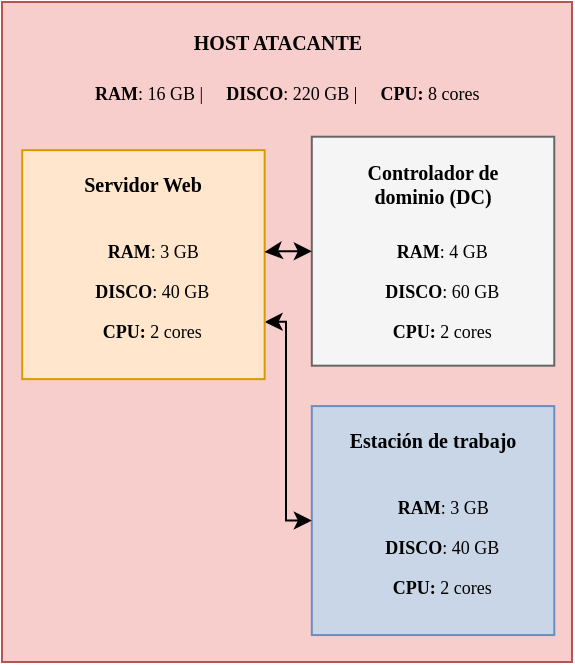
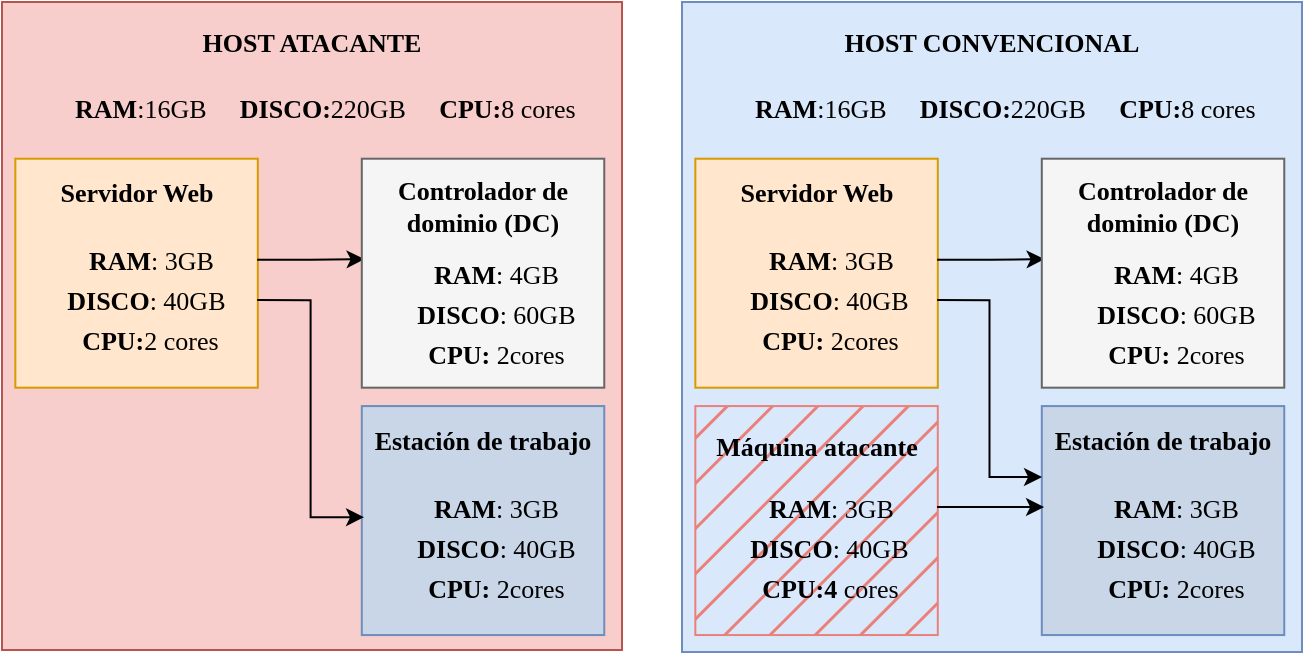
<mxfile host="Electron" agent="Mozilla/5.0 (Windows NT 10.0; Win64; x64) AppleWebKit/537.36 (KHTML, like Gecko) draw.io/29.3.0 Chrome/140.0.7339.249 Electron/38.7.2 Safari/537.36" version="29.3.0">
  <diagram name="Página-1" id="HltEjZsqsQtdWDRedgj1">
-     <mxGraphModel dx="601" dy="640" grid="1" gridSize="10" guides="1" tooltips="1" connect="1" arrows="1" fold="1" page="1" pageScale="1" pageWidth="827" pageHeight="1169" math="0" shadow="0">
+     <mxGraphModel dx="831" dy="868" grid="1" gridSize="10" guides="1" tooltips="1" connect="1" arrows="1" fold="1" page="1" pageScale="1" pageWidth="827" pageHeight="1169" math="0" shadow="0">
      <root>
        <mxCell id="0" />
        <mxCell id="1" parent="0" />
-         <mxCell id="4BY2cvLneUNH0_UlRHt3-1" parent="1" style="rounded=0;whiteSpace=wrap;html=1;fillColor=#f8cecc;strokeColor=#b85450;fontFamily=Hack Nerd Font;fontSize=10;" value="" vertex="1">
-           <mxGeometry height="330" width="285" x="45" y="20" as="geometry" />
+         <mxCell id="4BY2cvLneUNH0_UlRHt3-1" parent="1" style="rounded=0;whiteSpace=wrap;html=1;fillColor=#f8cecc;strokeColor=#b85450;fontFamily=Hack Nerd Font;fontSize=13;" value="" vertex="1">
+           <mxGeometry height="324" width="310" x="20" y="20" as="geometry" />
        </mxCell>
-         <mxCell id="4BY2cvLneUNH0_UlRHt3-2" parent="1" style="text;html=1;whiteSpace=wrap;strokeColor=none;fillColor=none;align=center;verticalAlign=middle;rounded=0;fontFamily=Hack Nerd Font;fontSize=10;" value="&lt;b&gt;&lt;font&gt;HOST ATACANTE&lt;/font&gt;&lt;/b&gt;" vertex="1">
-           <mxGeometry height="33.6734693877551" width="276.13" x="45" y="22.693877551020407" as="geometry" />
+         <mxCell id="4BY2cvLneUNH0_UlRHt3-2" parent="1" style="text;html=1;whiteSpace=wrap;strokeColor=none;fillColor=none;align=center;verticalAlign=middle;rounded=0;fontFamily=Hack Nerd Font;fontSize=13;" value="&lt;b&gt;&lt;font&gt;HOST ATACANTE&lt;/font&gt;&lt;/b&gt;" vertex="1">
+           <mxGeometry height="33.67" width="310" x="20" y="22.69" as="geometry" />
        </mxCell>
-         <mxCell id="4BY2cvLneUNH0_UlRHt3-6" parent="1" style="rounded=0;whiteSpace=wrap;html=1;fillColor=#C8D6E7;strokeColor=#6c8ebf;fontFamily=Hack Nerd Font;fontSize=10;" value="" vertex="1">
+         <mxCell id="4BY2cvLneUNH0_UlRHt3-6" parent="1" style="rounded=0;whiteSpace=wrap;html=1;fillColor=#C8D6E7;strokeColor=#6c8ebf;fontFamily=Hack Nerd Font;fontSize=13;" value="" vertex="1">
          <mxGeometry height="114.48979591836734" width="121.22780487804877" x="199.89987804878044" y="222.0408163265306" as="geometry" />
        </mxCell>
-         <mxCell id="4BY2cvLneUNH0_UlRHt3-31" edge="1" parent="1" source="4BY2cvLneUNH0_UlRHt3-8" style="edgeStyle=orthogonalEdgeStyle;rounded=0;orthogonalLoop=1;jettySize=auto;html=1;exitX=1;exitY=0.75;exitDx=0;exitDy=0;entryX=0;entryY=0.5;entryDx=0;entryDy=0;startArrow=classic;startFill=1;fontFamily=Hack Nerd Font;fontSize=10;" target="4BY2cvLneUNH0_UlRHt3-6">
+         <mxCell id="4BY2cvLneUNH0_UlRHt3-17" parent="1" style="text;html=1;whiteSpace=wrap;strokeColor=none;fillColor=none;align=center;verticalAlign=middle;rounded=0;fontSize=13;fontFamily=Hack Nerd Font;" value="&lt;b&gt;&amp;nbsp;&lt;/b&gt;&lt;b&gt;RAM&lt;/b&gt;: 3GB" vertex="1">
+           <mxGeometry height="20.2" width="118.97" x="201.03" y="262.45" as="geometry" />
+         </mxCell>
+         <mxCell id="4BY2cvLneUNH0_UlRHt3-18" parent="1" style="text;html=1;whiteSpace=wrap;strokeColor=none;fillColor=none;align=center;verticalAlign=middle;rounded=0;fontSize=13;fontFamily=Hack Nerd Font;" value="&lt;b&gt;&amp;nbsp;&lt;/b&gt;&lt;b&gt;DISCO&lt;/b&gt;: 40GB" vertex="1">
+           <mxGeometry height="20.2" width="121.03" x="200" y="282.65" as="geometry" />
+         </mxCell>
+         <mxCell id="4BY2cvLneUNH0_UlRHt3-19" parent="1" style="text;html=1;whiteSpace=wrap;strokeColor=none;fillColor=none;align=center;verticalAlign=middle;rounded=0;fontSize=13;fontFamily=Hack Nerd Font;" value="&lt;b&gt;&lt;font&gt;󰍛&amp;nbsp;&lt;/font&gt;&lt;/b&gt;&lt;b&gt;CPU:&lt;/b&gt;&amp;nbsp;2cores" vertex="1">
+           <mxGeometry height="20.2" width="118.97" x="201.03" y="302.86" as="geometry" />
+         </mxCell>
+         <mxCell id="4BY2cvLneUNH0_UlRHt3-26" parent="1" style="text;html=1;whiteSpace=wrap;strokeColor=none;fillColor=none;align=center;verticalAlign=middle;rounded=0;fontFamily=Hack Nerd Font;fontSize=13;" value="&lt;font&gt;&lt;b&gt;Estación de trabajo&lt;/b&gt;&lt;/font&gt;" vertex="1">
+           <mxGeometry height="33.6734693877551" width="121.22780487804877" x="199.89987804878044" y="222.0408163265306" as="geometry" />
+         </mxCell>
+         <mxCell id="4BY2cvLneUNH0_UlRHt3-33" parent="1" style="text;whiteSpace=wrap;html=1;align=center;fontSize=13;" value="&lt;b style=&quot;font-family: &amp;quot;Hack Nerd Font&amp;quot;;&quot;&gt; RAM&lt;/b&gt;&lt;span style=&quot;font-family: &amp;quot;Hack Nerd Font&amp;quot;;&quot;&gt;:16GB&lt;/span&gt;&lt;span&gt;&lt;span style=&quot;color: rgb(0, 0, 0); font-family: &amp;quot;Hack Nerd Font&amp;quot;; font-style: normal; font-variant-ligatures: normal; font-variant-caps: normal; font-weight: 400; letter-spacing: normal; orphans: 2; text-indent: 0px; text-transform: none; widows: 2; word-spacing: 0px; -webkit-text-stroke-width: 0px; white-space: normal; text-decoration-thickness: initial; text-decoration-style: initial; text-decoration-color: initial; float: none; display: inline !important;&quot;&gt;&amp;nbsp;&lt;/span&gt;&lt;b style=&quot;font-family: &amp;quot;Hack Nerd Font&amp;quot;;&quot;&gt;&amp;nbsp;&lt;/b&gt;&lt;b style=&quot;font-family: &amp;quot;Hack Nerd Font&amp;quot;;&quot;&gt;DISCO:&lt;/b&gt;&lt;span style=&quot;font-family: &amp;quot;Hack Nerd Font&amp;quot;;&quot;&gt;220GB&amp;nbsp;&lt;/span&gt;&lt;b style=&quot;font-family: &amp;quot;Hack Nerd Font&amp;quot;;&quot;&gt;&lt;font&gt;󰍛&amp;nbsp;&lt;/font&gt;&lt;/b&gt;&lt;b style=&quot;font-family: &amp;quot;Hack Nerd Font&amp;quot;;&quot;&gt;CPU:&lt;/b&gt;&lt;span style=&quot;font-family: &amp;quot;Hack Nerd Font&amp;quot;;&quot;&gt;8 cores&lt;/span&gt;&lt;/span&gt;" vertex="1">
+           <mxGeometry height="26.94" width="310" x="20" y="58.67" as="geometry" />
+         </mxCell>
+         <mxCell id="DncXDaYH-NHJZItt79l5-1" connectable="0" parent="1" style="group" value="" vertex="1">
+           <mxGeometry height="114.48979591836732" width="124.90012195121949" x="23" y="98.3516326530612" as="geometry" />
+         </mxCell>
+         <mxCell id="4BY2cvLneUNH0_UlRHt3-8" parent="DncXDaYH-NHJZItt79l5-1" style="rounded=0;whiteSpace=wrap;html=1;fillColor=#ffe6cc;strokeColor=#d79b00;fontFamily=Hack Nerd Font;fontSize=13;" value="" vertex="1">
+           <mxGeometry height="114.48979591836734" width="121.22780487804877" x="3.6723170731707313" as="geometry" />
+         </mxCell>
+         <mxCell id="DncXDaYH-NHJZItt79l5-3" edge="1" parent="DncXDaYH-NHJZItt79l5-1" source="4BY2cvLneUNH0_UlRHt3-11" style="edgeStyle=orthogonalEdgeStyle;rounded=0;orthogonalLoop=1;jettySize=auto;html=1;">
          <mxGeometry relative="1" as="geometry">
-             <Array as="points">
-               <mxPoint x="187" y="180" />
-               <mxPoint x="187" y="279" />
-             </Array>
+             <mxPoint x="178.31578947368428" y="50.22731471535984" as="targetPoint" />
          </mxGeometry>
        </mxCell>
-         <mxCell id="4BY2cvLneUNH0_UlRHt3-8" parent="1" style="rounded=0;whiteSpace=wrap;html=1;fillColor=#ffe6cc;strokeColor=#d79b00;fontFamily=Hack Nerd Font;fontSize=10;" value="" vertex="1">
-           <mxGeometry height="114.48979591836734" width="121.22780487804877" x="55.10231707317073" y="94.08163265306122" as="geometry" />
+         <mxCell id="4BY2cvLneUNH0_UlRHt3-11" parent="DncXDaYH-NHJZItt79l5-1" style="text;html=1;whiteSpace=wrap;strokeColor=none;fillColor=none;align=center;verticalAlign=middle;rounded=0;fontSize=13;fontFamily=Hack Nerd Font;" value="&lt;b&gt; RAM&lt;/b&gt;: 3GB" vertex="1">
+           <mxGeometry height="20.2" width="120" x="4.57" y="40.40836734693879" as="geometry" />
        </mxCell>
-         <mxCell id="4BY2cvLneUNH0_UlRHt3-9" parent="1" style="rounded=0;whiteSpace=wrap;html=1;fillColor=#f5f5f5;fontColor=#333333;strokeColor=#666666;fontFamily=Hack Nerd Font;fontSize=10;" value="" vertex="1">
-           <mxGeometry height="114.48979591836734" width="121.22780487804877" x="199.89987804878044" y="87.35163265306122" as="geometry" />
+         <mxCell id="4BY2cvLneUNH0_UlRHt3-12" parent="DncXDaYH-NHJZItt79l5-1" style="text;html=1;whiteSpace=wrap;strokeColor=none;fillColor=none;align=center;verticalAlign=middle;rounded=0;fontSize=13;fontFamily=Hack Nerd Font;" value="&lt;b&gt; DISCO&lt;/b&gt;: 40GB" vertex="1">
+           <mxGeometry height="20.2" width="124.57" y="60.60836734693879" as="geometry" />
        </mxCell>
-         <mxCell id="4BY2cvLneUNH0_UlRHt3-11" parent="1" style="text;html=1;whiteSpace=wrap;strokeColor=none;fillColor=none;align=center;verticalAlign=middle;rounded=0;fontSize=9;fontFamily=Hack Nerd Font;" value="&lt;b&gt; RAM&lt;/b&gt;: 3 GB" vertex="1">
-           <mxGeometry height="20.20408163265306" width="74.08365853658535" x="78.67439024390244" y="134.48979591836735" as="geometry" />
+         <mxCell id="4BY2cvLneUNH0_UlRHt3-13" parent="DncXDaYH-NHJZItt79l5-1" style="text;html=1;whiteSpace=wrap;strokeColor=none;fillColor=none;align=center;verticalAlign=middle;rounded=0;fontSize=13;fontFamily=Hack Nerd Font;" value="&lt;b&gt;&lt;font&gt;󰍛&amp;nbsp;&lt;/font&gt;CPU:&lt;/b&gt;2 cores" vertex="1">
+           <mxGeometry height="20.2" width="121" x="3.5700000000000003" y="80.8183673469388" as="geometry" />
        </mxCell>
-         <mxCell id="4BY2cvLneUNH0_UlRHt3-12" parent="1" style="text;html=1;whiteSpace=wrap;strokeColor=none;fillColor=none;align=center;verticalAlign=middle;rounded=0;fontSize=9;fontFamily=Hack Nerd Font;" value="&lt;b&gt; DISCO&lt;/b&gt;: 40 GB" vertex="1">
-           <mxGeometry height="20.2" width="88.57" x="71.43" y="154.69" as="geometry" />
+         <mxCell id="4BY2cvLneUNH0_UlRHt3-23" parent="DncXDaYH-NHJZItt79l5-1" style="text;html=1;whiteSpace=wrap;strokeColor=none;fillColor=none;align=center;verticalAlign=middle;rounded=0;fontFamily=Hack Nerd Font;fontSize=13;" value="&lt;font&gt;&lt;b&gt;Servidor Web&lt;/b&gt;&lt;/font&gt;" vertex="1">
+           <mxGeometry height="33.6734693877551" width="121.22780487804877" x="3.6723170731707313" as="geometry" />
        </mxCell>
-         <mxCell id="4BY2cvLneUNH0_UlRHt3-13" parent="1" style="text;html=1;whiteSpace=wrap;strokeColor=none;fillColor=none;align=center;verticalAlign=middle;rounded=0;fontSize=9;fontFamily=Hack Nerd Font;" value="&lt;b&gt;&lt;font&gt;󰍛&amp;nbsp;&lt;/font&gt;CPU:&lt;/b&gt;&amp;nbsp;2 cores" vertex="1">
-           <mxGeometry height="20.20408163265306" width="80.81853658536583" x="75.3069512195122" y="174.8979591836735" as="geometry" />
+         <mxCell id="DncXDaYH-NHJZItt79l5-2" connectable="0" parent="1" style="group" value="" vertex="1">
+           <mxGeometry height="114.48979591836732" width="121.22780487804877" x="199.89987804878044" y="98.3516326530612" as="geometry" />
        </mxCell>
-         <mxCell id="4BY2cvLneUNH0_UlRHt3-14" parent="1" style="text;html=1;whiteSpace=wrap;strokeColor=none;fillColor=none;align=center;verticalAlign=middle;rounded=0;fontSize=9;fontFamily=Hack Nerd Font;" value="&lt;b&gt;&amp;nbsp;&lt;/b&gt;&lt;b&gt;RAM&lt;/b&gt;: 4 GB" vertex="1">
-           <mxGeometry height="20.20408163265306" width="67.34878048780487" x="226.83939024390241" y="134.48979591836735" as="geometry" />
+         <mxCell id="4BY2cvLneUNH0_UlRHt3-9" parent="DncXDaYH-NHJZItt79l5-2" style="rounded=0;whiteSpace=wrap;html=1;fillColor=#f5f5f5;fontColor=#333333;strokeColor=#666666;fontFamily=Hack Nerd Font;fontSize=13;" value="" vertex="1">
+           <mxGeometry height="114.48979591836734" width="121.22780487804877" as="geometry" />
        </mxCell>
-         <mxCell id="4BY2cvLneUNH0_UlRHt3-15" parent="1" style="text;html=1;whiteSpace=wrap;strokeColor=none;fillColor=none;align=center;verticalAlign=middle;rounded=0;fontSize=9;fontFamily=Hack Nerd Font;" value="&lt;b&gt;&amp;nbsp;&lt;/b&gt;&lt;b&gt;DISCO&lt;/b&gt;: 60 GB" vertex="1">
-           <mxGeometry height="20.2" width="79.17" x="220.93" y="154.69" as="geometry" />
+         <mxCell id="4BY2cvLneUNH0_UlRHt3-14" parent="DncXDaYH-NHJZItt79l5-2" style="text;html=1;whiteSpace=wrap;strokeColor=none;fillColor=none;align=center;verticalAlign=middle;rounded=0;fontSize=13;fontFamily=Hack Nerd Font;" value="&lt;b&gt;&amp;nbsp;&lt;/b&gt;&lt;b&gt;RAM&lt;/b&gt;: 4GB" vertex="1">
+           <mxGeometry height="20.2" width="118.97" x="1.1301219512195644" y="47.13836734693879" as="geometry" />
        </mxCell>
-         <mxCell id="4BY2cvLneUNH0_UlRHt3-16" parent="1" style="text;html=1;whiteSpace=wrap;strokeColor=none;fillColor=none;align=center;verticalAlign=middle;rounded=0;fontSize=9;fontFamily=Hack Nerd Font;" value="&lt;b&gt;&lt;font&gt;󰍛&amp;nbsp;&lt;/font&gt;&lt;/b&gt;&lt;b&gt;CPU:&lt;/b&gt;&amp;nbsp;2 cores" vertex="1">
-           <mxGeometry height="20.2" width="79.17" x="220.93" y="174.9" as="geometry" />
+         <mxCell id="4BY2cvLneUNH0_UlRHt3-15" parent="DncXDaYH-NHJZItt79l5-2" style="text;html=1;whiteSpace=wrap;strokeColor=none;fillColor=none;align=center;verticalAlign=middle;rounded=0;fontSize=13;fontFamily=Hack Nerd Font;" value="&lt;b&gt;&amp;nbsp;&lt;/b&gt;&lt;b&gt;DISCO&lt;/b&gt;: 60GB" vertex="1">
+           <mxGeometry height="20.2" width="121.03" x="0.10012195121956324" y="67.33836734693878" as="geometry" />
        </mxCell>
-         <mxCell id="4BY2cvLneUNH0_UlRHt3-17" parent="1" style="text;html=1;whiteSpace=wrap;strokeColor=none;fillColor=none;align=center;verticalAlign=middle;rounded=0;fontSize=9;fontFamily=Hack Nerd Font;" value="&lt;b&gt;&amp;nbsp;&lt;/b&gt;&lt;b&gt;RAM&lt;/b&gt;: 3 GB" vertex="1">
-           <mxGeometry height="20.20408163265306" width="63.981341463414616" x="228.52310975609754" y="262.44897959183675" as="geometry" />
+         <mxCell id="4BY2cvLneUNH0_UlRHt3-16" parent="DncXDaYH-NHJZItt79l5-2" style="text;html=1;whiteSpace=wrap;strokeColor=none;fillColor=none;align=center;verticalAlign=middle;rounded=0;fontSize=13;fontFamily=Hack Nerd Font;" value="&lt;b&gt;&lt;font&gt;󰍛&amp;nbsp;&lt;/font&gt;&lt;/b&gt;&lt;b&gt;CPU:&lt;/b&gt;&amp;nbsp;2cores" vertex="1">
+           <mxGeometry height="20.2" width="118.97" x="1.1301219512195644" y="87.54836734693879" as="geometry" />
        </mxCell>
-         <mxCell id="4BY2cvLneUNH0_UlRHt3-18" parent="1" style="text;html=1;whiteSpace=wrap;strokeColor=none;fillColor=none;align=center;verticalAlign=middle;rounded=0;fontSize=9;fontFamily=Hack Nerd Font;" value="&lt;b&gt;&amp;nbsp;&lt;/b&gt;&lt;b&gt;DISCO&lt;/b&gt;: 40 GB" vertex="1">
-           <mxGeometry height="20.2" width="79.17" x="220.93" y="282.65" as="geometry" />
+         <mxCell id="4BY2cvLneUNH0_UlRHt3-24" parent="DncXDaYH-NHJZItt79l5-2" style="text;html=1;whiteSpace=wrap;strokeColor=none;fillColor=none;align=center;verticalAlign=middle;rounded=0;fontFamily=Hack Nerd Font;fontSize=13;" value="&lt;font&gt;&lt;b&gt;Controlador de dominio&amp;nbsp;&lt;/b&gt;&lt;/font&gt;&lt;b style=&quot;background-color: transparent; color: light-dark(rgb(0, 0, 0), rgb(255, 255, 255));&quot;&gt;(DC)&lt;/b&gt;" vertex="1">
+           <mxGeometry height="33.6734693877551" width="121.22780487804877" y="6.730000000000004" as="geometry" />
        </mxCell>
-         <mxCell id="4BY2cvLneUNH0_UlRHt3-19" parent="1" style="text;html=1;whiteSpace=wrap;strokeColor=none;fillColor=none;align=center;verticalAlign=middle;rounded=0;fontSize=9;fontFamily=Hack Nerd Font;" value="&lt;b&gt;&lt;font&gt;󰍛&amp;nbsp;&lt;/font&gt;&lt;/b&gt;&lt;b&gt;CPU:&lt;/b&gt;&amp;nbsp;2 cores" vertex="1">
-           <mxGeometry height="20.2" width="79.17" x="220.93" y="302.86" as="geometry" />
+         <mxCell id="DncXDaYH-NHJZItt79l5-4" edge="1" parent="1" source="4BY2cvLneUNH0_UlRHt3-12" style="edgeStyle=orthogonalEdgeStyle;rounded=0;orthogonalLoop=1;jettySize=auto;html=1;exitX=1;exitY=0.5;exitDx=0;exitDy=0;entryX=0;entryY=0.75;entryDx=0;entryDy=0;" target="4BY2cvLneUNH0_UlRHt3-17">
+           <mxGeometry relative="1" as="geometry" />
        </mxCell>
-         <mxCell id="4BY2cvLneUNH0_UlRHt3-23" parent="1" style="text;html=1;whiteSpace=wrap;strokeColor=none;fillColor=none;align=center;verticalAlign=middle;rounded=0;fontFamily=Hack Nerd Font;fontSize=10;" value="&lt;font&gt;&lt;b&gt;Servidor Web&lt;/b&gt;&lt;/font&gt;" vertex="1">
-           <mxGeometry height="33.6734693877551" width="121.22780487804877" x="55.10231707317073" y="94.08163265306122" as="geometry" />
+         <mxCell id="DncXDaYH-NHJZItt79l5-12" parent="1" style="rounded=0;whiteSpace=wrap;html=1;fillColor=#dae8fc;strokeColor=#6c8ebf;fontFamily=Hack Nerd Font;fontSize=13;" value="" vertex="1">
+           <mxGeometry height="325" width="310" x="360" y="20" as="geometry" />
        </mxCell>
-         <mxCell id="4BY2cvLneUNH0_UlRHt3-24" parent="1" style="text;html=1;whiteSpace=wrap;strokeColor=none;fillColor=none;align=center;verticalAlign=middle;rounded=0;fontFamily=Hack Nerd Font;fontSize=10;" value="&lt;font&gt;&lt;b&gt;Controlador de dominio&amp;nbsp;&lt;/b&gt;&lt;/font&gt;&lt;b style=&quot;background-color: transparent; color: light-dark(rgb(0, 0, 0), rgb(255, 255, 255));&quot;&gt;(DC)&lt;/b&gt;" vertex="1">
-           <mxGeometry height="33.6734693877551" width="121.22780487804877" x="199.89987804878044" y="94.08163265306122" as="geometry" />
+         <mxCell id="DncXDaYH-NHJZItt79l5-13" parent="1" style="text;html=1;whiteSpace=wrap;strokeColor=none;fillColor=none;align=center;verticalAlign=middle;rounded=0;fontFamily=Hack Nerd Font;fontSize=13;" value="&lt;b&gt;&lt;font&gt;HOST CONVENCIONAL&lt;/font&gt;&lt;/b&gt;" vertex="1">
+           <mxGeometry height="33.67" width="310" x="360" y="22.69" as="geometry" />
        </mxCell>
-         <mxCell id="4BY2cvLneUNH0_UlRHt3-26" parent="1" style="text;html=1;whiteSpace=wrap;strokeColor=none;fillColor=none;align=center;verticalAlign=middle;rounded=0;fontFamily=Hack Nerd Font;fontSize=10;" value="&lt;font&gt;&lt;b&gt;Estación de trabajo&lt;/b&gt;&lt;/font&gt;" vertex="1">
-           <mxGeometry height="33.6734693877551" width="121.22780487804877" x="199.89987804878044" y="222.0408163265306" as="geometry" />
+         <mxCell id="DncXDaYH-NHJZItt79l5-14" parent="1" style="rounded=0;whiteSpace=wrap;html=1;fillColor=#C8D6E7;strokeColor=#6c8ebf;fontFamily=Hack Nerd Font;fontSize=13;" value="" vertex="1">
+           <mxGeometry height="114.48979591836734" width="121.22780487804877" x="539.8998780487805" y="222.0408163265306" as="geometry" />
        </mxCell>
-         <mxCell id="4BY2cvLneUNH0_UlRHt3-33" parent="1" style="text;whiteSpace=wrap;html=1;align=center;fontSize=9;" value="&lt;b style=&quot;font-family: &amp;quot;Hack Nerd Font&amp;quot;;&quot;&gt; RAM&lt;/b&gt;&lt;span style=&quot;font-family: &amp;quot;Hack Nerd Font&amp;quot;;&quot;&gt;: 16 GB&lt;/span&gt;&lt;span&gt;&lt;span style=&quot;color: rgb(0, 0, 0); font-family: &amp;quot;Hack Nerd Font&amp;quot;; font-style: normal; font-variant-ligatures: normal; font-variant-caps: normal; font-weight: 400; letter-spacing: normal; orphans: 2; text-indent: 0px; text-transform: none; widows: 2; word-spacing: 0px; -webkit-text-stroke-width: 0px; white-space: normal; text-decoration-thickness: initial; text-decoration-style: initial; text-decoration-color: initial; float: none; display: inline !important;&quot;&gt;&amp;nbsp;|&amp;nbsp;&lt;/span&gt;&lt;b style=&quot;font-family: &amp;quot;Hack Nerd Font&amp;quot;;&quot;&gt;&amp;nbsp;&lt;/b&gt;&lt;b style=&quot;font-family: &amp;quot;Hack Nerd Font&amp;quot;;&quot;&gt;DISCO&lt;/b&gt;&lt;span style=&quot;font-family: &amp;quot;Hack Nerd Font&amp;quot;;&quot;&gt;: 220 GB |&amp;nbsp;&lt;/span&gt;&lt;b style=&quot;font-family: &amp;quot;Hack Nerd Font&amp;quot;;&quot;&gt;&lt;font&gt;󰍛&amp;nbsp;&lt;/font&gt;&lt;/b&gt;&lt;b style=&quot;font-family: &amp;quot;Hack Nerd Font&amp;quot;;&quot;&gt;CPU:&lt;/b&gt;&lt;span style=&quot;font-family: &amp;quot;Hack Nerd Font&amp;quot;;&quot;&gt;&amp;nbsp;8 cores&lt;/span&gt;&lt;/span&gt;" vertex="1">
-           <mxGeometry height="26.94" width="276.13" x="45" y="53.67" as="geometry" />
+         <mxCell id="DncXDaYH-NHJZItt79l5-15" parent="1" style="text;html=1;whiteSpace=wrap;strokeColor=none;fillColor=none;align=center;verticalAlign=middle;rounded=0;fontSize=13;fontFamily=Hack Nerd Font;" value="&lt;b&gt;&amp;nbsp;&lt;/b&gt;&lt;b&gt;RAM&lt;/b&gt;: 3GB" vertex="1">
+           <mxGeometry height="20.2" width="118.97" x="541.03" y="262.45000000000005" as="geometry" />
        </mxCell>
-         <mxCell id="4BY2cvLneUNH0_UlRHt3-35" edge="1" parent="1" source="4BY2cvLneUNH0_UlRHt3-9" style="edgeStyle=orthogonalEdgeStyle;rounded=0;orthogonalLoop=1;jettySize=auto;html=1;entryX=0.999;entryY=0.445;entryDx=0;entryDy=0;entryPerimeter=0;startArrow=classic;startFill=1;" target="4BY2cvLneUNH0_UlRHt3-8">
+         <mxCell id="DncXDaYH-NHJZItt79l5-16" parent="1" style="text;html=1;whiteSpace=wrap;strokeColor=none;fillColor=none;align=center;verticalAlign=middle;rounded=0;fontSize=13;fontFamily=Hack Nerd Font;" value="&lt;b&gt;&amp;nbsp;&lt;/b&gt;&lt;b&gt;DISCO&lt;/b&gt;: 40GB" vertex="1">
+           <mxGeometry height="20.2" width="121.03" x="540" y="282.65" as="geometry" />
+         </mxCell>
+         <mxCell id="DncXDaYH-NHJZItt79l5-17" parent="1" style="text;html=1;whiteSpace=wrap;strokeColor=none;fillColor=none;align=center;verticalAlign=middle;rounded=0;fontSize=13;fontFamily=Hack Nerd Font;" value="&lt;b&gt;&lt;font&gt;󰍛&amp;nbsp;&lt;/font&gt;&lt;/b&gt;&lt;b&gt;CPU:&lt;/b&gt;&amp;nbsp;2cores" vertex="1">
+           <mxGeometry height="20.2" width="118.97" x="541.03" y="302.86" as="geometry" />
+         </mxCell>
+         <mxCell id="DncXDaYH-NHJZItt79l5-18" parent="1" style="text;html=1;whiteSpace=wrap;strokeColor=none;fillColor=none;align=center;verticalAlign=middle;rounded=0;fontFamily=Hack Nerd Font;fontSize=13;" value="&lt;font&gt;&lt;b&gt;Estación de trabajo&lt;/b&gt;&lt;/font&gt;" vertex="1">
+           <mxGeometry height="33.6734693877551" width="121.22780487804877" x="539.8998780487805" y="222.0408163265306" as="geometry" />
+         </mxCell>
+         <mxCell id="DncXDaYH-NHJZItt79l5-19" parent="1" style="text;whiteSpace=wrap;html=1;align=center;fontSize=13;" value="&lt;b style=&quot;font-family: &amp;quot;Hack Nerd Font&amp;quot;;&quot;&gt; RAM&lt;/b&gt;&lt;span style=&quot;font-family: &amp;quot;Hack Nerd Font&amp;quot;;&quot;&gt;:16GB&lt;/span&gt;&lt;span&gt;&lt;span style=&quot;color: rgb(0, 0, 0); font-family: &amp;quot;Hack Nerd Font&amp;quot;; font-style: normal; font-variant-ligatures: normal; font-variant-caps: normal; font-weight: 400; letter-spacing: normal; orphans: 2; text-indent: 0px; text-transform: none; widows: 2; word-spacing: 0px; -webkit-text-stroke-width: 0px; white-space: normal; text-decoration-thickness: initial; text-decoration-style: initial; text-decoration-color: initial; float: none; display: inline !important;&quot;&gt;&amp;nbsp;&lt;/span&gt;&lt;b style=&quot;font-family: &amp;quot;Hack Nerd Font&amp;quot;;&quot;&gt;&amp;nbsp;&lt;/b&gt;&lt;b style=&quot;font-family: &amp;quot;Hack Nerd Font&amp;quot;;&quot;&gt;DISCO:&lt;/b&gt;&lt;span style=&quot;font-family: &amp;quot;Hack Nerd Font&amp;quot;;&quot;&gt;220GB&amp;nbsp;&lt;/span&gt;&lt;b style=&quot;font-family: &amp;quot;Hack Nerd Font&amp;quot;;&quot;&gt;&lt;font&gt;󰍛&amp;nbsp;&lt;/font&gt;&lt;/b&gt;&lt;b style=&quot;font-family: &amp;quot;Hack Nerd Font&amp;quot;;&quot;&gt;CPU:&lt;/b&gt;&lt;span style=&quot;font-family: &amp;quot;Hack Nerd Font&amp;quot;;&quot;&gt;8 cores&lt;/span&gt;&lt;/span&gt;" vertex="1">
+           <mxGeometry height="26.94" width="310" x="360" y="58.670000000000016" as="geometry" />
+         </mxCell>
+         <mxCell id="DncXDaYH-NHJZItt79l5-20" connectable="0" parent="1" style="group" value="" vertex="1">
+           <mxGeometry height="114.48979591836732" width="124.90012195121949" x="363" y="98.35163265306119" as="geometry" />
+         </mxCell>
+         <mxCell id="DncXDaYH-NHJZItt79l5-21" parent="DncXDaYH-NHJZItt79l5-20" style="rounded=0;whiteSpace=wrap;html=1;fillColor=#ffe6cc;strokeColor=#d79b00;fontFamily=Hack Nerd Font;fontSize=13;" value="" vertex="1">
+           <mxGeometry height="114.48979591836734" width="121.22780487804877" x="3.6723170731707313" as="geometry" />
+         </mxCell>
+         <mxCell id="DncXDaYH-NHJZItt79l5-22" edge="1" parent="DncXDaYH-NHJZItt79l5-20" source="DncXDaYH-NHJZItt79l5-23" style="edgeStyle=orthogonalEdgeStyle;rounded=0;orthogonalLoop=1;jettySize=auto;html=1;">
+           <mxGeometry relative="1" as="geometry">
+             <mxPoint x="178.31578947368428" y="50.22731471535984" as="targetPoint" />
+           </mxGeometry>
+         </mxCell>
+         <mxCell id="DncXDaYH-NHJZItt79l5-23" parent="DncXDaYH-NHJZItt79l5-20" style="text;html=1;whiteSpace=wrap;strokeColor=none;fillColor=none;align=center;verticalAlign=middle;rounded=0;fontSize=13;fontFamily=Hack Nerd Font;" value="&lt;b&gt; RAM&lt;/b&gt;: 3GB" vertex="1">
+           <mxGeometry height="20.2" width="120" x="4.57" y="40.40836734693879" as="geometry" />
+         </mxCell>
+         <mxCell id="DncXDaYH-NHJZItt79l5-24" parent="DncXDaYH-NHJZItt79l5-20" style="text;html=1;whiteSpace=wrap;strokeColor=none;fillColor=none;align=center;verticalAlign=middle;rounded=0;fontSize=13;fontFamily=Hack Nerd Font;" value="&lt;b&gt; DISCO&lt;/b&gt;: 40GB" vertex="1">
+           <mxGeometry height="20.2" width="121.57" x="3" y="60.61" as="geometry" />
+         </mxCell>
+         <mxCell id="DncXDaYH-NHJZItt79l5-25" parent="DncXDaYH-NHJZItt79l5-20" style="text;html=1;whiteSpace=wrap;strokeColor=none;fillColor=none;align=center;verticalAlign=middle;rounded=0;fontSize=13;fontFamily=Hack Nerd Font;" value="&lt;b&gt;&lt;font&gt;󰍛&amp;nbsp;&lt;/font&gt;CPU:&amp;nbsp;&lt;/b&gt;2cores" vertex="1">
+           <mxGeometry height="20.2" width="121" x="3.5700000000000003" y="80.8183673469388" as="geometry" />
+         </mxCell>
+         <mxCell id="DncXDaYH-NHJZItt79l5-26" parent="DncXDaYH-NHJZItt79l5-20" style="text;html=1;whiteSpace=wrap;strokeColor=none;fillColor=none;align=center;verticalAlign=middle;rounded=0;fontFamily=Hack Nerd Font;fontSize=13;" value="&lt;font&gt;&lt;b&gt;Servidor Web&lt;/b&gt;&lt;/font&gt;" vertex="1">
+           <mxGeometry height="33.6734693877551" width="121.22780487804877" x="3.6723170731707313" as="geometry" />
+         </mxCell>
+         <mxCell id="DncXDaYH-NHJZItt79l5-27" connectable="0" parent="1" style="group" value="" vertex="1">
+           <mxGeometry height="114.48979591836732" width="121.22780487804877" x="539.8998780487805" y="98.35163265306119" as="geometry" />
+         </mxCell>
+         <mxCell id="DncXDaYH-NHJZItt79l5-28" parent="DncXDaYH-NHJZItt79l5-27" style="rounded=0;whiteSpace=wrap;html=1;fillColor=#f5f5f5;fontColor=#333333;strokeColor=#666666;fontFamily=Hack Nerd Font;fontSize=13;" value="" vertex="1">
+           <mxGeometry height="114.48979591836734" width="121.22780487804877" as="geometry" />
+         </mxCell>
+         <mxCell id="DncXDaYH-NHJZItt79l5-29" parent="DncXDaYH-NHJZItt79l5-27" style="text;html=1;whiteSpace=wrap;strokeColor=none;fillColor=none;align=center;verticalAlign=middle;rounded=0;fontSize=13;fontFamily=Hack Nerd Font;" value="&lt;b&gt;&amp;nbsp;&lt;/b&gt;&lt;b&gt;RAM&lt;/b&gt;: 4GB" vertex="1">
+           <mxGeometry height="20.2" width="118.97" x="1.1301219512195644" y="47.13836734693879" as="geometry" />
+         </mxCell>
+         <mxCell id="DncXDaYH-NHJZItt79l5-30" parent="DncXDaYH-NHJZItt79l5-27" style="text;html=1;whiteSpace=wrap;strokeColor=none;fillColor=none;align=center;verticalAlign=middle;rounded=0;fontSize=13;fontFamily=Hack Nerd Font;" value="&lt;b&gt;&amp;nbsp;&lt;/b&gt;&lt;b&gt;DISCO&lt;/b&gt;: 60GB" vertex="1">
+           <mxGeometry height="20.2" width="121.03" x="0.10012195121956324" y="67.33836734693878" as="geometry" />
+         </mxCell>
+         <mxCell id="DncXDaYH-NHJZItt79l5-31" parent="DncXDaYH-NHJZItt79l5-27" style="text;html=1;whiteSpace=wrap;strokeColor=none;fillColor=none;align=center;verticalAlign=middle;rounded=0;fontSize=13;fontFamily=Hack Nerd Font;" value="&lt;b&gt;&lt;font&gt;󰍛&amp;nbsp;&lt;/font&gt;&lt;/b&gt;&lt;b&gt;CPU:&lt;/b&gt;&amp;nbsp;2cores" vertex="1">
+           <mxGeometry height="20.2" width="118.97" x="1.1301219512195644" y="87.54836734693879" as="geometry" />
+         </mxCell>
+         <mxCell id="DncXDaYH-NHJZItt79l5-32" parent="DncXDaYH-NHJZItt79l5-27" style="text;html=1;whiteSpace=wrap;strokeColor=none;fillColor=none;align=center;verticalAlign=middle;rounded=0;fontFamily=Hack Nerd Font;fontSize=13;" value="&lt;font&gt;&lt;b&gt;Controlador de dominio&amp;nbsp;&lt;/b&gt;&lt;/font&gt;&lt;b style=&quot;background-color: transparent; color: light-dark(rgb(0, 0, 0), rgb(255, 255, 255));&quot;&gt;(DC)&lt;/b&gt;" vertex="1">
+           <mxGeometry height="33.6734693877551" width="121.22780487804877" y="6.730000000000004" as="geometry" />
+         </mxCell>
+         <mxCell id="DncXDaYH-NHJZItt79l5-33" edge="1" parent="1" source="DncXDaYH-NHJZItt79l5-24" style="edgeStyle=orthogonalEdgeStyle;rounded=0;orthogonalLoop=1;jettySize=auto;html=1;exitX=1;exitY=0.5;exitDx=0;exitDy=0;entryX=0.001;entryY=0.31;entryDx=0;entryDy=0;entryPerimeter=0;" target="DncXDaYH-NHJZItt79l5-14">
          <mxGeometry relative="1" as="geometry" />
+         </mxCell>
+         <mxCell id="DncXDaYH-NHJZItt79l5-34" parent="1" style="rounded=0;whiteSpace=wrap;html=1;fillColor=#E9817A;strokeColor=#E9817A;fontFamily=Hack Nerd Font;fontSize=13;fillStyle=hatch;" value="" vertex="1">
+           <mxGeometry height="114.48979591836734" width="121.22780487804877" x="366.67231707317075" y="222.03999999999996" as="geometry" />
+         </mxCell>
+         <mxCell id="DncXDaYH-NHJZItt79l5-35" edge="1" parent="1" source="DncXDaYH-NHJZItt79l5-36" style="edgeStyle=orthogonalEdgeStyle;rounded=0;orthogonalLoop=1;jettySize=auto;html=1;entryX=0;entryY=0.5;entryDx=0;entryDy=0;" target="DncXDaYH-NHJZItt79l5-15">
+           <mxGeometry relative="1" as="geometry">
+             <mxPoint x="548.3157894736843" y="270.22731471535985" as="targetPoint" />
+           </mxGeometry>
+         </mxCell>
+         <mxCell id="DncXDaYH-NHJZItt79l5-36" parent="1" style="text;html=1;whiteSpace=wrap;strokeColor=none;fillColor=none;align=center;verticalAlign=middle;rounded=0;fontSize=13;fontFamily=Hack Nerd Font;" value="&lt;b&gt; RAM&lt;/b&gt;: 3GB" vertex="1">
+           <mxGeometry height="20.2" width="120" x="367.57" y="262.44836734693877" as="geometry" />
+         </mxCell>
+         <mxCell id="DncXDaYH-NHJZItt79l5-37" parent="1" style="text;html=1;whiteSpace=wrap;strokeColor=none;fillColor=none;align=center;verticalAlign=middle;rounded=0;fontSize=13;fontFamily=Hack Nerd Font;" value="&lt;b&gt; DISCO&lt;/b&gt;: 40GB" vertex="1">
+           <mxGeometry height="20.2" width="121.57" x="366" y="282.6500000000001" as="geometry" />
+         </mxCell>
+         <mxCell id="DncXDaYH-NHJZItt79l5-38" parent="1" style="text;html=1;whiteSpace=wrap;strokeColor=none;fillColor=none;align=center;verticalAlign=middle;rounded=0;fontSize=13;fontFamily=Hack Nerd Font;" value="&lt;b&gt;&lt;font&gt;󰍛&amp;nbsp;&lt;/font&gt;CPU:4&lt;/b&gt;&amp;nbsp;cores" vertex="1">
+           <mxGeometry height="20.2" width="121" x="366.57" y="302.85836734693885" as="geometry" />
+         </mxCell>
+         <mxCell id="DncXDaYH-NHJZItt79l5-39" parent="1" style="text;html=1;whiteSpace=wrap;strokeColor=none;fillColor=none;align=center;verticalAlign=middle;rounded=0;fontFamily=Hack Nerd Font;fontSize=13;" value="&lt;font&gt;&lt;b&gt;Máquina atacante&lt;/b&gt;&lt;/font&gt;" vertex="1">
+           <mxGeometry height="33.6734693877551" width="121.22780487804877" x="366.67231707317075" y="225.03999999999996" as="geometry" />
        </mxCell>
      </root>
    </mxGraphModel>
  </diagram>
</mxfile>
